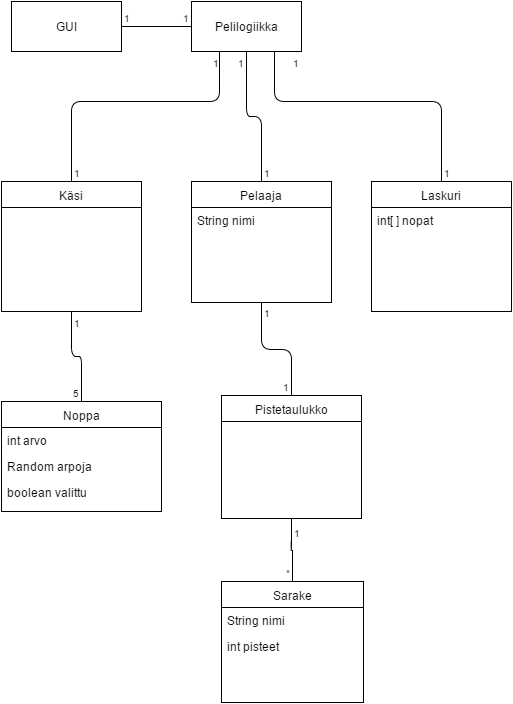
Before: dokumentaatio/Yatzy.png, a diagram exported from draw.io (iirekola/Yatzy). Source tidied: cells renumbered, new cells last; positions are measured from the earlier drawing's top-left corner, leaving out a move shared by most shapes.
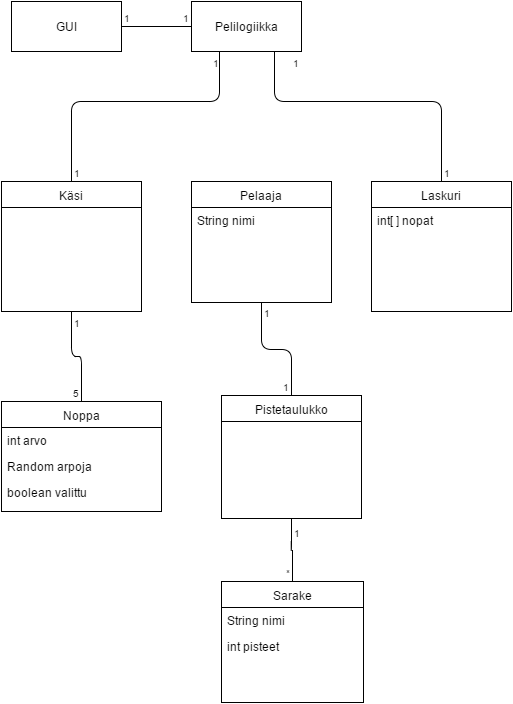
Above is the later version.

Change to the diagram source:
```diff
@@ -75,22 +75,6 @@
         <mxPoint x="2" y="20" as="offset" />
       </mxGeometry>
     </mxCell>
-    <mxCell id="24" style="endArrow=none;html=1;edgeStyle=orthogonalEdgeStyle;entryX=0.5;entryY=1;" parent="1" edge="1" source="13" target="15">
-      <mxGeometry relative="1" as="geometry">
-        <Array as="points">
-          <mxPoint x="260" y="115" />
-          <mxPoint x="245" y="115" />
-        </Array>
-      </mxGeometry>
-    </mxCell>
-    <mxCell id="25" value="1" style="html=1;align=left;verticalAlign=bottom;labelBackgroundColor=#ffffff;fontSize=10;" parent="24" vertex="1">
-      <mxGeometry x="-1" relative="1" as="geometry" />
-    </mxCell>
-    <mxCell id="26" value="1" style="html=1;align=right;verticalAlign=bottom;labelBackgroundColor=#ffffff;fontSize=10;" parent="24" vertex="1">
-      <mxGeometry x="1" relative="1" as="geometry">
-        <mxPoint y="20" as="offset" />
-      </mxGeometry>
-    </mxCell>
     <mxCell id="27" style="endArrow=none;html=1;edgeStyle=orthogonalEdgeStyle;entryX=0.75;entryY=1;" parent="1" edge="1" source="10" target="15">
       <mxGeometry relative="1" as="geometry">
         <Array as="points">
```
